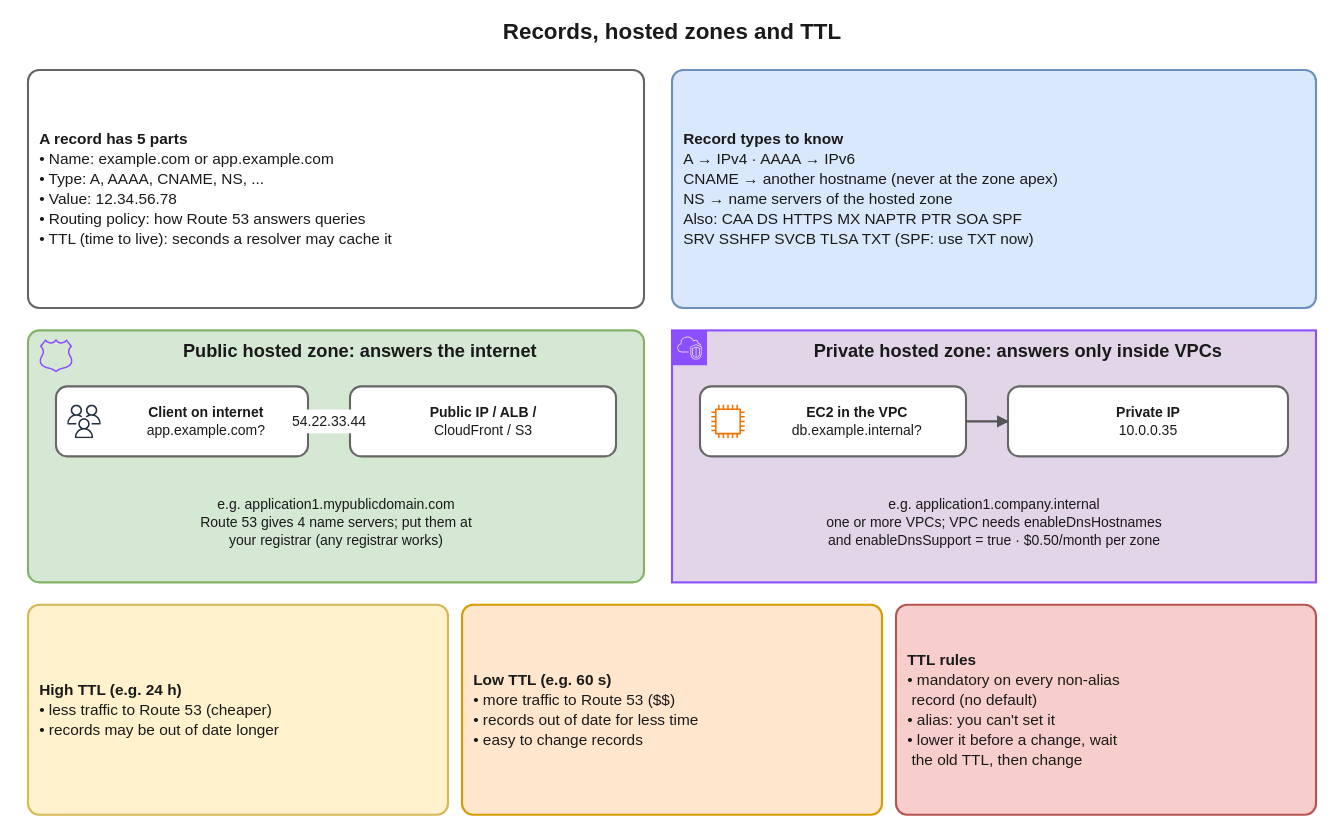
Before: interview-prep/aws/diagrams/r53-02-records-hosted-zones.drawio.svg, a diagram exported from draw.io (suraj9741/interview). Source tidied: cells renumbered, new cells last; positions are measured from the earlier drawing's top-left corner, leaving out a move shared by most shapes.
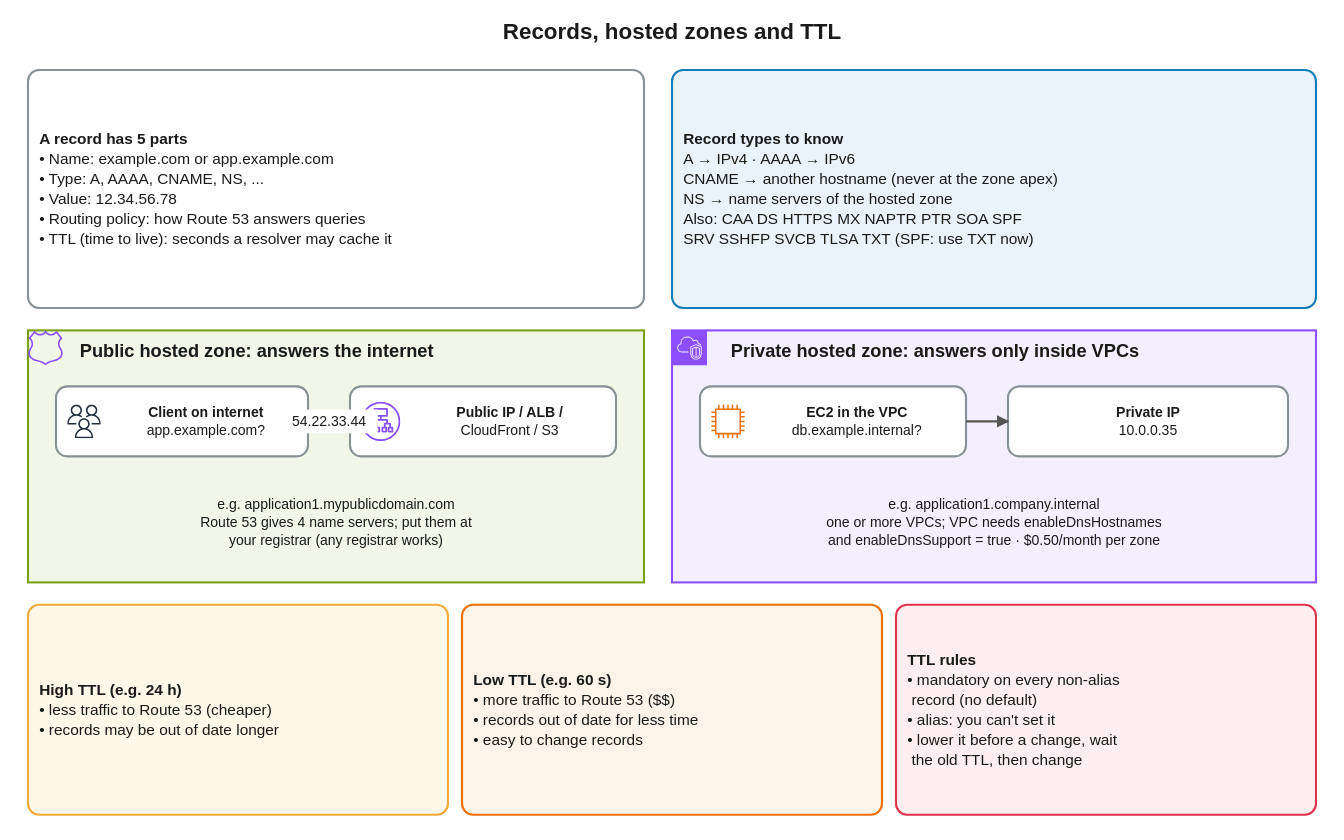
The same file after the commit.

Change to the diagram source:
```diff
@@ -5,52 +5,55 @@
     <mxCell id="2" value="Records, hosted zones and TTL" style="text;strokeColor=none;fillColor=none;whiteSpace=wrap;html=1;fontSize=16;fontColor=#1a1a1a;fontFamily=Helvetica;align=center;verticalAlign=middle;fontStyle=1;" parent="1" vertex="1">
       <mxGeometry width="960" height="28" as="geometry" />
     </mxCell>
-    <mxCell id="3" value="&lt;b&gt;A record has 5 parts&lt;/b&gt;&lt;br&gt;• Name: example.com or app.example.com&lt;br&gt;• Type: A, AAAA, CNAME, NS, ...&lt;br&gt;• Value: 12.34.56.78&lt;br&gt;• Routing policy: how Route 53 answers queries&lt;br&gt;• TTL (time to live): seconds a resolver may cache it" style="rounded=1;absoluteArcSize=1;arcSize=16;fillColor=#ffffff;strokeColor=#666666;strokeWidth=1.5;whiteSpace=wrap;html=1;fontSize=11;fontColor=#1a1a1a;fontFamily=Helvetica;align=left;verticalAlign=middle;spacingLeft=6;" parent="1" vertex="1">
+    <mxCell id="3" value="&lt;b&gt;A record has 5 parts&lt;/b&gt;&lt;br&gt;• Name: example.com or app.example.com&lt;br&gt;• Type: A, AAAA, CNAME, NS, ...&lt;br&gt;• Value: 12.34.56.78&lt;br&gt;• Routing policy: how Route 53 answers queries&lt;br&gt;• TTL (time to live): seconds a resolver may cache it" style="rounded=1;absoluteArcSize=1;arcSize=16;fillColor=#FFFFFF;strokeColor=#879196;strokeWidth=1.5;whiteSpace=wrap;html=1;fontSize=11;fontColor=#1a1a1a;fontFamily=Helvetica;align=left;verticalAlign=middle;spacingLeft=6;" parent="1" vertex="1">
       <mxGeometry x="20" y="42" width="440" height="170" as="geometry" />
     </mxCell>
-    <mxCell id="4" value="&lt;b&gt;Record types to know&lt;/b&gt;&lt;br&gt;A → IPv4 · AAAA → IPv6&lt;br&gt;CNAME → another hostname (never at the zone apex)&lt;br&gt;NS → name servers of the hosted zone&lt;br&gt;Also: CAA DS HTTPS MX NAPTR PTR SOA SPF&lt;br&gt;SRV SSHFP SVCB TLSA TXT (SPF: use TXT now)" style="rounded=1;absoluteArcSize=1;arcSize=16;fillColor=#dae8fc;strokeColor=#6c8ebf;strokeWidth=1.5;whiteSpace=wrap;html=1;fontSize=11;fontColor=#1a1a1a;fontFamily=Helvetica;align=left;verticalAlign=middle;spacingLeft=6;" parent="1" vertex="1">
+    <mxCell id="4" value="&lt;b&gt;Record types to know&lt;/b&gt;&lt;br&gt;A → IPv4 · AAAA → IPv6&lt;br&gt;CNAME → another hostname (never at the zone apex)&lt;br&gt;NS → name servers of the hosted zone&lt;br&gt;Also: CAA DS HTTPS MX NAPTR PTR SOA SPF&lt;br&gt;SRV SSHFP SVCB TLSA TXT (SPF: use TXT now)" style="rounded=1;absoluteArcSize=1;arcSize=16;fillColor=#EAF3FB;strokeColor=#147EBA;strokeWidth=1.5;whiteSpace=wrap;html=1;fontSize=11;fontColor=#1a1a1a;fontFamily=Helvetica;align=left;verticalAlign=middle;spacingLeft=6;" parent="1" vertex="1">
       <mxGeometry x="480" y="42" width="460" height="170" as="geometry" />
     </mxCell>
-    <mxCell id="5" value="Public hosted zone: answers the internet" style="rounded=1;absoluteArcSize=1;arcSize=16;fillColor=#d5e8d4;strokeColor=#82b366;strokeWidth=1.5;whiteSpace=wrap;html=1;fontSize=13;fontColor=#1a1a1a;fontFamily=Helvetica;align=center;verticalAlign=top;fontStyle=1;spacingLeft=34;spacingTop=2;spacingBottom=2;" parent="1" vertex="1">
+    <mxCell id="5" value="Public hosted zone: answers the internet" style="rounded=0;fillColor=#F2F6E8;strokeColor=#7AA116;strokeWidth=1.5;whiteSpace=wrap;html=1;fontSize=13;fontColor=#1a1a1a;fontFamily=Helvetica;align=left;verticalAlign=top;fontStyle=1;spacingLeft=35;spacingTop=2;spacingBottom=2;" parent="1" vertex="1">
       <mxGeometry x="20" y="228" width="440" height="180" as="geometry" />
     </mxCell>
     <mxCell id="6" style="sketch=0;fontColor=#232F3E;gradientColor=none;dashed=0;verticalLabelPosition=bottom;verticalAlign=top;align=center;html=1;fontSize=12;fontStyle=0;fillColor=#8C4FFF;strokeColor=none;shape=mxgraph.aws4.hosted_zone;" parent="1" vertex="1">
-      <mxGeometry x="28" y="234" width="24" height="24" as="geometry" />
+      <mxGeometry x="20" y="228" width="25" height="25" as="geometry" />
     </mxCell>
-    <mxCell id="7" value="&lt;b&gt;Client on internet&lt;/b&gt;&lt;br&gt;app.example.com?" style="rounded=1;absoluteArcSize=1;arcSize=16;fillColor=#ffffff;strokeColor=#666666;strokeWidth=1.5;whiteSpace=wrap;html=1;fontSize=10;fontColor=#1a1a1a;fontFamily=Helvetica;align=center;verticalAlign=middle;spacingLeft=34;" parent="1" vertex="1">
+    <mxCell id="7" value="&lt;b&gt;Client on internet&lt;/b&gt;&lt;br&gt;app.example.com?" style="rounded=1;absoluteArcSize=1;arcSize=16;fillColor=#FFFFFF;strokeColor=#879196;strokeWidth=1.5;whiteSpace=wrap;html=1;fontSize=10;fontColor=#1a1a1a;fontFamily=Helvetica;align=center;verticalAlign=middle;spacingLeft=34;" parent="1" vertex="1">
       <mxGeometry x="40" y="268" width="180" height="50" as="geometry" />
     </mxCell>
     <mxCell id="8" style="sketch=0;fontColor=#232F3E;gradientColor=none;dashed=0;verticalLabelPosition=bottom;verticalAlign=top;align=center;html=1;fontSize=12;fontStyle=0;fillColor=#232F3E;strokeColor=none;shape=mxgraph.aws4.users;" parent="1" vertex="1">
       <mxGeometry x="48" y="281" width="24" height="24" as="geometry" />
     </mxCell>
-    <mxCell id="9" value="&lt;b&gt;Public IP / ALB /&lt;/b&gt;&lt;br&gt;CloudFront / S3" style="rounded=1;absoluteArcSize=1;arcSize=16;fillColor=#ffffff;strokeColor=#666666;strokeWidth=1.5;whiteSpace=wrap;html=1;fontSize=10;fontColor=#1a1a1a;fontFamily=Helvetica;align=center;verticalAlign=middle;" parent="1" vertex="1">
+    <mxCell id="9" value="&lt;b&gt;Public IP / ALB /&lt;/b&gt;&lt;br&gt;CloudFront / S3" style="rounded=1;absoluteArcSize=1;arcSize=16;fillColor=#FFFFFF;strokeColor=#879196;strokeWidth=1.5;whiteSpace=wrap;html=1;fontSize=10;fontColor=#1a1a1a;fontFamily=Helvetica;align=center;verticalAlign=middle;spacingLeft=38;" parent="1" vertex="1">
       <mxGeometry x="250" y="268" width="190" height="50" as="geometry" />
     </mxCell>
+    <mxCell id="21" style="sketch=0;fontColor=#232F3E;gradientColor=none;dashed=0;verticalLabelPosition=bottom;verticalAlign=top;align=center;html=1;fontSize=12;fontStyle=0;fillColor=#8C4FFF;strokeColor=none;shape=mxgraph.aws4.application_load_balancer;" parent="1" vertex="1">
+      <mxGeometry x="258" y="279" width="28" height="28" as="geometry" />
+    </mxCell>
     <mxCell id="10" value="e.g. application1.mypublicdomain.com&lt;br&gt;Route 53 gives 4 name servers; put them at&lt;br&gt;your registrar (any registrar works)" style="text;strokeColor=none;fillColor=none;whiteSpace=wrap;html=1;fontSize=10;fontColor=#1a1a1a;fontFamily=Helvetica;align=center;verticalAlign=middle;" parent="1" vertex="1">
       <mxGeometry x="40" y="328" width="400" height="74" as="geometry" />
     </mxCell>
-    <mxCell id="11" value="Private hosted zone: answers only inside VPCs" style="sketch=0;html=1;whiteSpace=wrap;shape=mxgraph.aws4.group;grIcon=mxgraph.aws4.group_vpc2;grStroke=1;fillColor=#e1d5e7;strokeColor=#8C4FFF;strokeWidth=1.5;fontSize=13;fontColor=#1a1a1a;fontStyle=1;fontFamily=Helvetica;align=center;verticalAlign=top;spacingLeft=30;spacingTop=4;dashed=0;" parent="1" vertex="1">
+    <mxCell id="11" value="Private hosted zone: answers only inside VPCs" style="sketch=0;html=1;whiteSpace=wrap;shape=mxgraph.aws4.group;grIcon=mxgraph.aws4.group_vpc2;grStroke=1;fillColor=#F4EFFF;strokeColor=#8C4FFF;strokeWidth=1.5;fontSize=13;fontColor=#1a1a1a;fontStyle=1;fontFamily=Helvetica;align=left;verticalAlign=top;spacingLeft=30;spacingTop=4;dashed=0;" parent="1" vertex="1">
       <mxGeometry x="480" y="228" width="460" height="180" as="geometry" />
     </mxCell>
-    <mxCell id="12" value="&lt;b&gt;EC2 in the VPC&lt;/b&gt;&lt;br&gt;db.example.internal?" style="rounded=1;absoluteArcSize=1;arcSize=16;fillColor=#ffffff;strokeColor=#666666;strokeWidth=1.5;whiteSpace=wrap;html=1;fontSize=10;fontColor=#1a1a1a;fontFamily=Helvetica;align=center;verticalAlign=middle;spacingLeft=34;" parent="1" vertex="1">
+    <mxCell id="12" value="&lt;b&gt;EC2 in the VPC&lt;/b&gt;&lt;br&gt;db.example.internal?" style="rounded=1;absoluteArcSize=1;arcSize=16;fillColor=#FFFFFF;strokeColor=#879196;strokeWidth=1.5;whiteSpace=wrap;html=1;fontSize=10;fontColor=#1a1a1a;fontFamily=Helvetica;align=center;verticalAlign=middle;spacingLeft=34;" parent="1" vertex="1">
       <mxGeometry x="500" y="268" width="190" height="50" as="geometry" />
     </mxCell>
     <mxCell id="13" style="sketch=0;fontColor=#232F3E;gradientColor=none;dashed=0;verticalLabelPosition=bottom;verticalAlign=top;align=center;html=1;fontSize=12;fontStyle=0;fillColor=#ED7100;strokeColor=none;shape=mxgraph.aws4.instance2;" parent="1" vertex="1">
       <mxGeometry x="508" y="281" width="24" height="24" as="geometry" />
     </mxCell>
-    <mxCell id="14" value="&lt;b&gt;Private IP&lt;/b&gt;&lt;br&gt;10.0.0.35" style="rounded=1;absoluteArcSize=1;arcSize=16;fillColor=#ffffff;strokeColor=#666666;strokeWidth=1.5;whiteSpace=wrap;html=1;fontSize=10;fontColor=#1a1a1a;fontFamily=Helvetica;align=center;verticalAlign=middle;" parent="1" vertex="1">
+    <mxCell id="14" value="&lt;b&gt;Private IP&lt;/b&gt;&lt;br&gt;10.0.0.35" style="rounded=1;absoluteArcSize=1;arcSize=16;fillColor=#FFFFFF;strokeColor=#879196;strokeWidth=1.5;whiteSpace=wrap;html=1;fontSize=10;fontColor=#1a1a1a;fontFamily=Helvetica;align=center;verticalAlign=middle;" parent="1" vertex="1">
       <mxGeometry x="720" y="268" width="200" height="50" as="geometry" />
     </mxCell>
     <mxCell id="15" value="e.g. application1.company.internal&lt;br&gt;one or more VPCs; VPC needs enableDnsHostnames&lt;br&gt;and enableDnsSupport = true · $0.50/month per zone" style="text;strokeColor=none;fillColor=none;whiteSpace=wrap;html=1;fontSize=10;fontColor=#1a1a1a;fontFamily=Helvetica;align=center;verticalAlign=middle;" parent="1" vertex="1">
       <mxGeometry x="500" y="328" width="420" height="74" as="geometry" />
     </mxCell>
-    <mxCell id="16" value="&lt;b&gt;High TTL (e.g. 24 h)&lt;/b&gt;&lt;br&gt;• less traffic to Route 53 (cheaper)&lt;br&gt;• records may be out of date longer" style="rounded=1;absoluteArcSize=1;arcSize=16;fillColor=#fff2cc;strokeColor=#d6b656;strokeWidth=1.5;whiteSpace=wrap;html=1;fontSize=11;fontColor=#1a1a1a;fontFamily=Helvetica;align=left;verticalAlign=middle;spacingLeft=6;" parent="1" vertex="1">
+    <mxCell id="16" value="&lt;b&gt;High TTL (e.g. 24 h)&lt;/b&gt;&lt;br&gt;• less traffic to Route 53 (cheaper)&lt;br&gt;• records may be out of date longer" style="rounded=1;absoluteArcSize=1;arcSize=16;fillColor=#FFF8E8;strokeColor=#F2A93B;strokeWidth=1.5;whiteSpace=wrap;html=1;fontSize=11;fontColor=#1a1a1a;fontFamily=Helvetica;align=left;verticalAlign=middle;spacingLeft=6;" parent="1" vertex="1">
       <mxGeometry x="20" y="424" width="300" height="150" as="geometry" />
     </mxCell>
-    <mxCell id="17" value="&lt;b&gt;Low TTL (e.g. 60 s)&lt;/b&gt;&lt;br&gt;• more traffic to Route 53 ($$)&lt;br&gt;• records out of date for less time&lt;br&gt;• easy to change records" style="rounded=1;absoluteArcSize=1;arcSize=16;fillColor=#ffe6cc;strokeColor=#d79b00;strokeWidth=1.5;whiteSpace=wrap;html=1;fontSize=11;fontColor=#1a1a1a;fontFamily=Helvetica;align=left;verticalAlign=middle;spacingLeft=6;" parent="1" vertex="1">
+    <mxCell id="17" value="&lt;b&gt;Low TTL (e.g. 60 s)&lt;/b&gt;&lt;br&gt;• more traffic to Route 53 ($$)&lt;br&gt;• records out of date for less time&lt;br&gt;• easy to change records" style="rounded=1;absoluteArcSize=1;arcSize=16;fillColor=#FEF3E8;strokeColor=#ED7100;strokeWidth=1.5;whiteSpace=wrap;html=1;fontSize=11;fontColor=#1a1a1a;fontFamily=Helvetica;align=left;verticalAlign=middle;spacingLeft=6;" parent="1" vertex="1">
       <mxGeometry x="330" y="424" width="300" height="150" as="geometry" />
     </mxCell>
-    <mxCell id="18" value="&lt;b&gt;TTL rules&lt;/b&gt;&lt;br&gt;• mandatory on every non-alias&lt;br&gt;  record (no default)&lt;br&gt;• alias: you can't set it&lt;br&gt;• lower it before a change, wait&lt;br&gt;  the old TTL, then change" style="rounded=1;absoluteArcSize=1;arcSize=16;fillColor=#f8cecc;strokeColor=#b85450;strokeWidth=1.5;whiteSpace=wrap;html=1;fontSize=11;fontColor=#1a1a1a;fontFamily=Helvetica;align=left;verticalAlign=middle;spacingLeft=6;" parent="1" vertex="1">
+    <mxCell id="18" value="&lt;b&gt;TTL rules&lt;/b&gt;&lt;br&gt;• mandatory on every non-alias&lt;br&gt;  record (no default)&lt;br&gt;• alias: you can't set it&lt;br&gt;• lower it before a change, wait&lt;br&gt;  the old TTL, then change" style="rounded=1;absoluteArcSize=1;arcSize=16;fillColor=#FDEEF0;strokeColor=#DD344C;strokeWidth=1.5;whiteSpace=wrap;html=1;fontSize=11;fontColor=#1a1a1a;fontFamily=Helvetica;align=left;verticalAlign=middle;spacingLeft=6;" parent="1" vertex="1">
       <mxGeometry x="640" y="424" width="300" height="150" as="geometry" />
     </mxCell>
     <mxCell id="19" value="54.22.33.44" style="html=1;rounded=0;endArrow=classic;endFill=1;strokeColor=#555555;strokeWidth=1.5;fontSize=10;fontColor=#1a1a1a;labelBackgroundColor=#ffffff;startArrow=none;" parent="1" edge="1" source="7" target="9">
```
